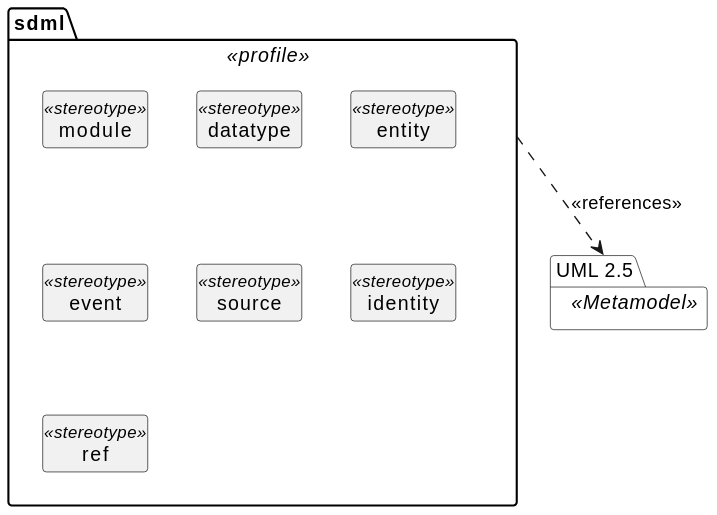
sdm-lang/tree-sitter-sdml keeps this PlantUML diagram as docs/uml-profile-package.svg. Above is the earlier version.
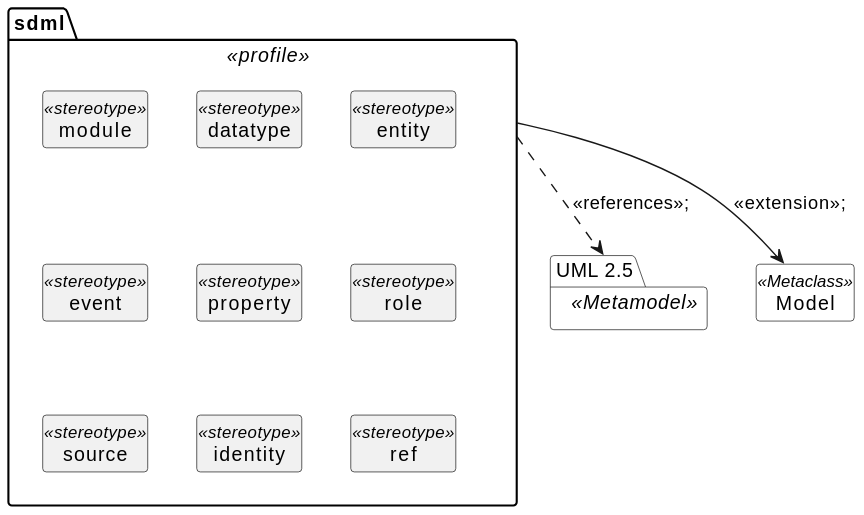
The same file after the commit.

The edit, as a diff of the source:
```diff
@@ -6,15 +6,19 @@
 package "UML 2.5" as uml <<Metamodel>> #white {
 }
 
+class Model <<Metaclass>> #white {}
+
 package sdml <<profile>> {
   class module <<stereotype>> {}
   class datatype <<stereotype>> {}
   class entity <<stereotype>> {}
   class event <<stereotype>> {}
+  class property <<stereotype>> {}
+  class role <<stereotype>> {}
   class source <<stereotype>> {}
   class identity <<stereotype>> {}
   class ref <<stereotype>> {}
 }
-
-sdml ..> uml: <<references>>
+sdml --> Model: <<extension>>;
+sdml ..> uml: <<references>>;
 @enduml
```
